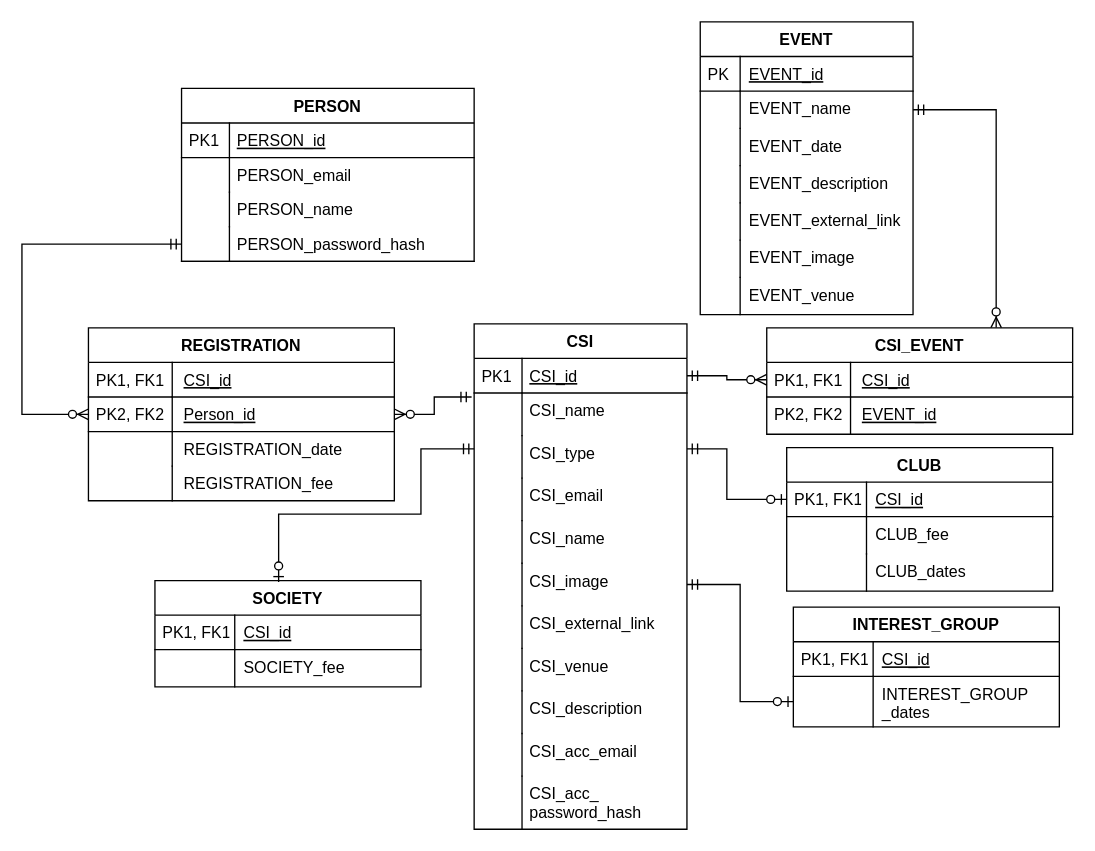
Above: Diagrams/ERD.drawio in Makizoro/Overclock (draw.io), before the change. Source tidied: cells renumbered, new cells numbered last; positions are measured from the earlier drawing's top-left corner, leaving out a move shared by most shapes. Both pictures are drawn from the tidied source at 133%, with x=0, y=0 at pixel (21, 21).
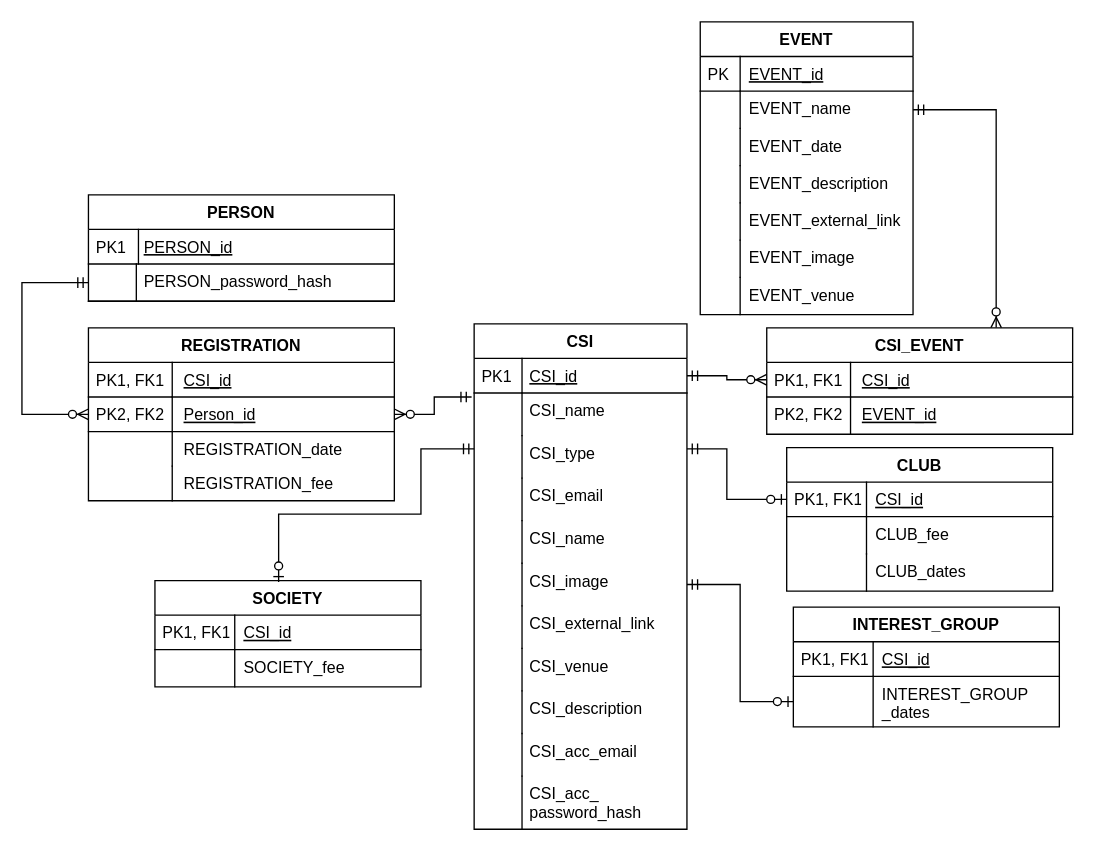
Above is the later version.

The change refers to these unchanged cells:
```xml
<mxCell id="42" value="Person_id" style="shape=partialRectangle;top=0;left=0;right=0;bottom=1;align=left;verticalAlign=top;fillColor=none;spacingLeft=70;spacingRight=4;overflow=hidden;points=[[0,0.5],[1,0.5]];portConstraint=eastwest;rounded=0;shadow=0;strokeWidth=1;fontStyle=4;" parent="39" vertex="1">
  <mxGeometry y="52" width="230" height="26" as="geometry" />
</mxCell>
```

Diff of the diagram source:
```diff
@@
     <mxCell id="2" value="PERSON" style="swimlane;fontStyle=1;horizontal=1;startSize=26;rounded=0;shadow=0;strokeWidth=1;" parent="1" vertex="1">
-      <mxGeometry x="120" y="50" width="220" height="130" as="geometry" />
+      <mxGeometry x="50" y="130" width="230" height="80" as="geometry" />
     </mxCell>
     <mxCell id="3" value="PERSON_id" style="shape=partialRectangle;top=0;left=0;right=0;bottom=1;align=left;verticalAlign=top;fillColor=none;spacingLeft=40;spacingRight=4;overflow=hidden;rounded=0;shadow=0;strokeWidth=1;fontStyle=4;" parent="2" vertex="1">
-      <mxGeometry y="26" width="220" height="26" as="geometry" />
+      <mxGeometry y="26" width="230" height="26" as="geometry" />
     </mxCell>
     <mxCell id="4" value="PK1" style="shape=partialRectangle;top=0;left=0;bottom=0;fillColor=none;align=left;verticalAlign=top;spacingLeft=4;spacingRight=4;overflow=hidden;" parent="3" vertex="1">
-      <mxGeometry width="36" height="26" as="geometry" />
+      <mxGeometry width="37.6" height="26" as="geometry" />
     </mxCell>
-    <mxCell id="5" value="PERSON_email" style="shape=partialRectangle;top=0;left=0;right=0;bottom=0;align=left;verticalAlign=top;fillColor=none;spacingLeft=40;spacingRight=4;overflow=hidden;rounded=0;shadow=0;strokeWidth=1;" parent="2" vertex="1">
-      <mxGeometry y="52" width="220" height="26" as="geometry" />
-    </mxCell>
-    <mxCell id="6" style="shape=partialRectangle;top=0;left=0;bottom=0;fillColor=none;align=left;verticalAlign=top;spacingLeft=4;spacingRight=4;overflow=hidden;" parent="5" vertex="1">
-      <mxGeometry width="36" height="26" as="geometry" />
-    </mxCell>
-    <mxCell id="7" value="PERSON_name" style="shape=partialRectangle;top=0;left=0;right=0;bottom=0;align=left;verticalAlign=top;fillColor=none;spacingLeft=40;spacingRight=4;overflow=hidden;rounded=0;shadow=0;strokeWidth=1;" parent="2" vertex="1">
-      <mxGeometry y="78" width="220" height="26" as="geometry" />
-    </mxCell>
-    <mxCell id="8" style="shape=partialRectangle;top=0;left=0;bottom=0;fillColor=none;align=left;verticalAlign=top;spacingLeft=4;spacingRight=4;overflow=hidden;" parent="7" vertex="1">
-      <mxGeometry width="36" height="26" as="geometry" />
-    </mxCell>
     <mxCell id="9" value="PERSON_password_hash" style="shape=partialRectangle;top=0;left=0;right=0;bottom=1;align=left;verticalAlign=top;fillColor=none;spacingLeft=40;spacingRight=4;overflow=hidden;points=[[0,0.5],[1,0.5]];portConstraint=eastwest;rounded=0;shadow=0;strokeWidth=1;fontStyle=0;" parent="2" vertex="1">
-      <mxGeometry y="104" width="220" height="26" as="geometry" />
+      <mxGeometry y="52" width="230" height="28" as="geometry" />
     </mxCell>
     <mxCell id="10" style="shape=partialRectangle;top=0;left=0;bottom=0;fillColor=none;align=left;verticalAlign=top;spacingLeft=4;spacingRight=4;overflow=hidden;" parent="9" vertex="1">
-      <mxGeometry width="36" height="26" as="geometry" />
+      <mxGeometry width="36" height="28" as="geometry" />
     </mxCell>
@@
     <mxCell id="78" style="edgeStyle=orthogonalEdgeStyle;rounded=0;jettySize=auto;html=1;exitX=0;exitY=0.5;exitDx=0;exitDy=0;entryX=0;entryY=0.5;entryDx=0;entryDy=0;startArrow=ERmandOne;startFill=0;endArrow=ERzeroToMany;endFill=1;" parent="1" edge="1" source="9" target="42">
       <mxGeometry relative="1" as="geometry">
         <Array as="points">
-          <mxPoint y="167" />
+          <mxPoint y="196" />
           <mxPoint y="295" />
         </Array>
       </mxGeometry>
     </mxCell>
```
